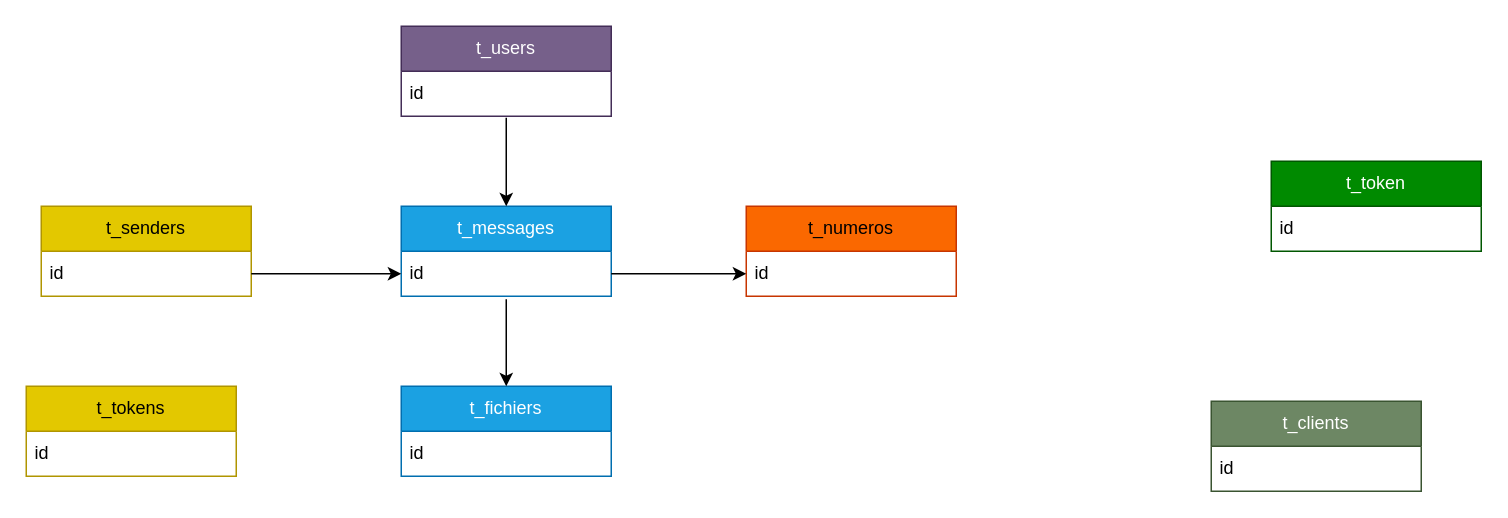
The draw.io diagram db.drawio in ESUNKWA/send_sms_api, before the edit. Source tidied: cells renumbered, new cells numbered last; positions are measured from the earlier drawing's top-left corner, leaving out a move shared by most shapes. Both pictures are drawn from the tidied source at 150%, with x=0, y=0 at pixel (26, 26).
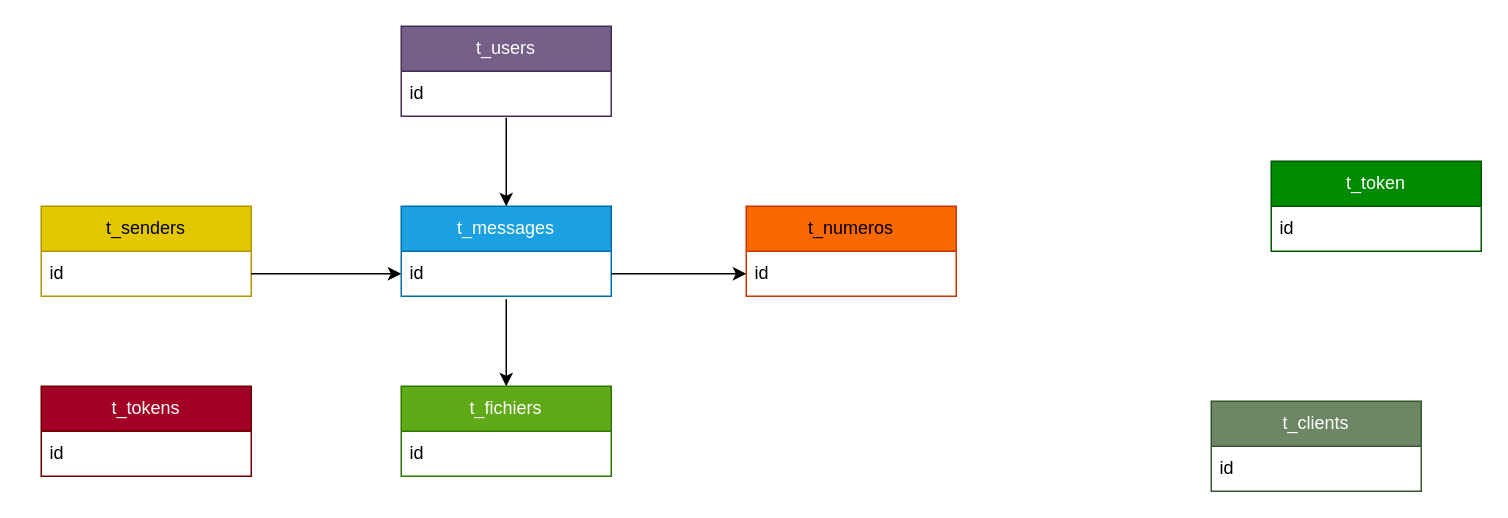
Above is the later version.

What changed in the source:
```diff
@@
-    <mxCell id="16" value="t_fichiers" style="swimlane;fontStyle=0;horizontal=1;startSize=30;whiteSpace=wrap;html=1;fillColor=#1ba1e2;fontColor=#ffffff;strokeColor=#006EAF;" parent="1" vertex="1">
+    <mxCell id="16" value="t_fichiers" style="swimlane;fontStyle=0;horizontal=1;startSize=30;whiteSpace=wrap;html=1;fillColor=#60a917;fontColor=#ffffff;strokeColor=#2D7600;" parent="1" vertex="1">
       <mxGeometry x="250" y="240" width="140" height="60" as="geometry" />
     </mxCell>
@@
-    <mxCell id="18" value="t_tokens" style="swimlane;fontStyle=0;horizontal=1;startSize=30;whiteSpace=wrap;html=1;fillColor=#e3c800;fontColor=#000000;strokeColor=#B09500;" parent="1" vertex="1">
-      <mxGeometry y="240" width="140" height="60" as="geometry" />
+    <mxCell id="18" value="t_tokens" style="swimlane;fontStyle=0;horizontal=1;startSize=30;whiteSpace=wrap;html=1;fillColor=#a20025;fontColor=#ffffff;strokeColor=#6F0000;" parent="1" vertex="1">
+      <mxGeometry x="10" y="240" width="140" height="60" as="geometry" />
     </mxCell>
```
